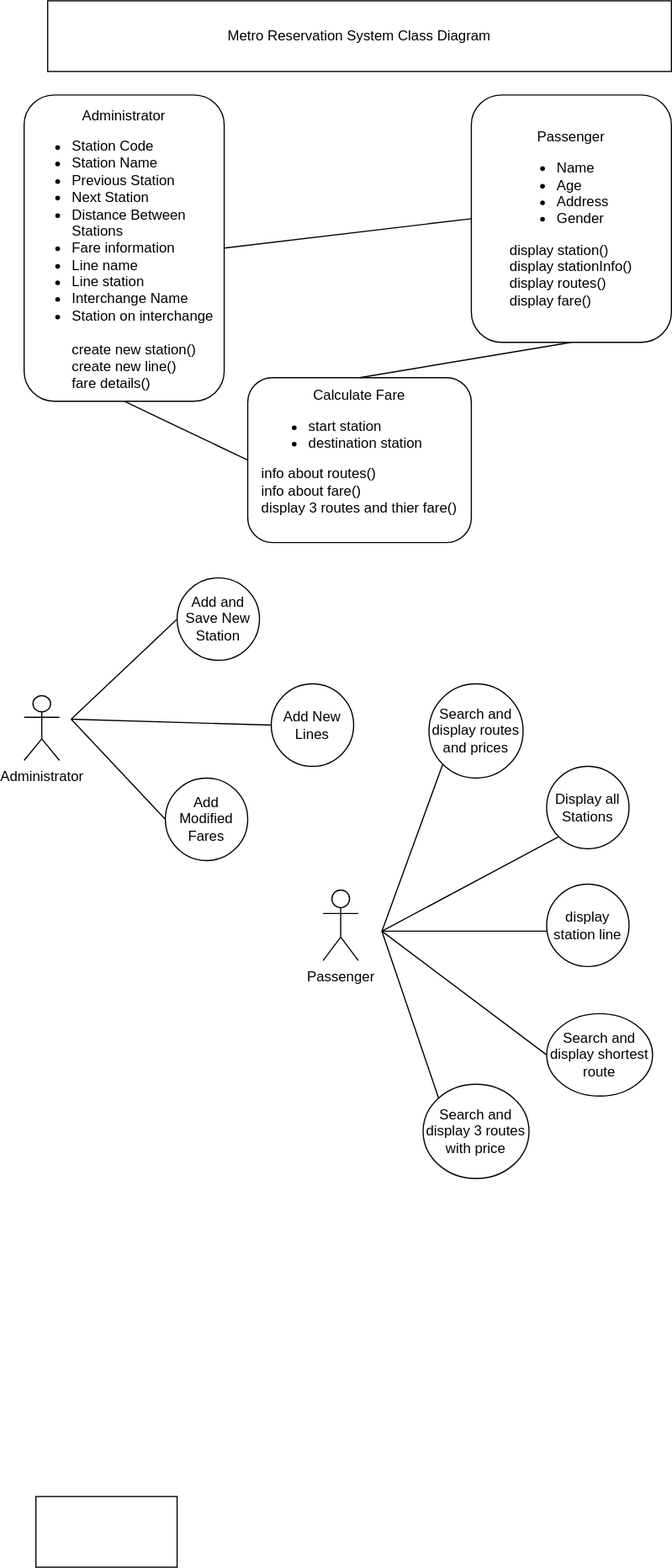
The draw.io diagram Metro_reservation_system.svg in RidhimaBhandari/Software-Development-, before a commit. Source tidied: cells renumbered, new cells last; positions are measured from the earlier drawing's top-left corner, leaving out a move shared by most shapes.
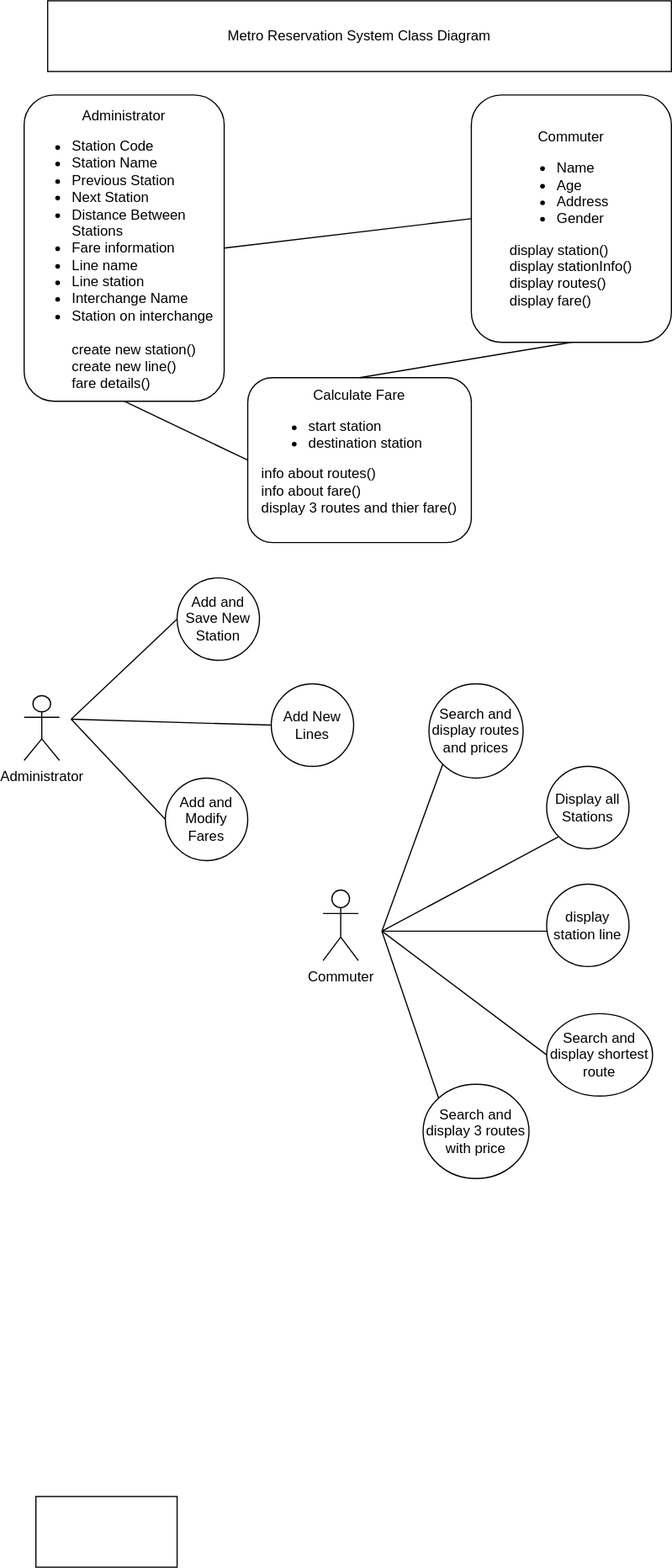
The same file after the commit.

The edit, as a diff of the source:
```diff
@@ -11,7 +11,7 @@
     <mxCell id="4" value="Calculate Fare&lt;br&gt;&lt;ul&gt;&lt;li style=&quot;text-align: left;&quot;&gt;start station&lt;/li&gt;&lt;li style=&quot;text-align: left;&quot;&gt;destination station&lt;/li&gt;&lt;/ul&gt;&lt;div style=&quot;text-align: left;&quot;&gt;info about routes()&lt;/div&gt;&lt;div style=&quot;text-align: left;&quot;&gt;info about fare()&lt;/div&gt;&lt;div style=&quot;text-align: left;&quot;&gt;display 3 routes and thier fare()&lt;/div&gt;&lt;div&gt;&lt;br&gt;&lt;/div&gt;" style="rounded=1;whiteSpace=wrap;html=1;fontSize=12;" parent="1" vertex="1">
       <mxGeometry x="190" y="320" width="190" height="140" as="geometry" />
     </mxCell>
-    <mxCell id="5" value="Passenger&lt;br&gt;&lt;ul&gt;&lt;li style=&quot;text-align: left;&quot;&gt;Name&lt;/li&gt;&lt;li style=&quot;text-align: left;&quot;&gt;Age&lt;/li&gt;&lt;li style=&quot;text-align: left;&quot;&gt;Address&lt;/li&gt;&lt;li style=&quot;text-align: left;&quot;&gt;Gender&lt;/li&gt;&lt;/ul&gt;&lt;div style=&quot;text-align: left;&quot;&gt;display station()&lt;/div&gt;&lt;div style=&quot;text-align: left;&quot;&gt;display stationInfo()&lt;/div&gt;&lt;div style=&quot;text-align: left;&quot;&gt;display routes()&lt;/div&gt;&lt;div&gt;&lt;div style=&quot;text-align: left;&quot;&gt;display fare()&lt;/div&gt;&lt;/div&gt;" style="rounded=1;whiteSpace=wrap;html=1;fontSize=12;" parent="1" vertex="1">
+    <mxCell id="5" value="Commuter&lt;br&gt;&lt;ul&gt;&lt;li style=&quot;text-align: left;&quot;&gt;Name&lt;/li&gt;&lt;li style=&quot;text-align: left;&quot;&gt;Age&lt;/li&gt;&lt;li style=&quot;text-align: left;&quot;&gt;Address&lt;/li&gt;&lt;li style=&quot;text-align: left;&quot;&gt;Gender&lt;/li&gt;&lt;/ul&gt;&lt;div style=&quot;text-align: left;&quot;&gt;display station()&lt;/div&gt;&lt;div style=&quot;text-align: left;&quot;&gt;display stationInfo()&lt;/div&gt;&lt;div style=&quot;text-align: left;&quot;&gt;display routes()&lt;/div&gt;&lt;div&gt;&lt;div style=&quot;text-align: left;&quot;&gt;display fare()&lt;/div&gt;&lt;/div&gt;" style="rounded=1;whiteSpace=wrap;html=1;fontSize=12;" parent="1" vertex="1">
       <mxGeometry x="380" y="80" width="170" height="210" as="geometry" />
     </mxCell>
     <mxCell id="6" style="endArrow=none;html=1;rounded=0;fontSize=12;exitX=1;exitY=0.5;exitDx=0;exitDy=0;entryX=0;entryY=0.5;entryDx=0;entryDy=0;" parent="1" edge="1" source="2" target="5">
@@ -26,7 +26,7 @@
     <mxCell id="9" value="Administrator" style="shape=umlActor;verticalLabelPosition=bottom;verticalAlign=top;html=1;fontSize=12;" parent="1" vertex="1">
       <mxGeometry y="590" width="30" height="55" as="geometry" />
     </mxCell>
-    <mxCell id="10" value="Passenger&lt;br&gt;" style="shape=umlActor;verticalLabelPosition=bottom;verticalAlign=top;html=1;fontSize=12;" parent="1" vertex="1">
+    <mxCell id="10" value="Commuter" style="shape=umlActor;verticalLabelPosition=bottom;verticalAlign=top;html=1;fontSize=12;" parent="1" vertex="1">
       <mxGeometry x="254" y="755" width="30" height="60" as="geometry" />
     </mxCell>
     <mxCell id="11" value="Add and Save New Station" style="ellipse;whiteSpace=wrap;html=1;fontSize=12;" parent="1" vertex="1">
@@ -35,7 +35,7 @@
     <mxCell id="12" value="Add New Lines" style="ellipse;whiteSpace=wrap;html=1;fontSize=12;" parent="1" vertex="1">
       <mxGeometry x="210" y="580" width="70" height="70" as="geometry" />
     </mxCell>
-    <mxCell id="13" value="Add Modified Fares" style="ellipse;whiteSpace=wrap;html=1;fontSize=12;" parent="1" vertex="1">
+    <mxCell id="13" value="Add and Modify Fares" style="ellipse;whiteSpace=wrap;html=1;fontSize=12;" parent="1" vertex="1">
       <mxGeometry x="120" y="660" width="70" height="70" as="geometry" />
     </mxCell>
     <mxCell id="14" value="Search and display routes and prices" style="ellipse;whiteSpace=wrap;html=1;fontSize=12;" parent="1" vertex="1">
```
